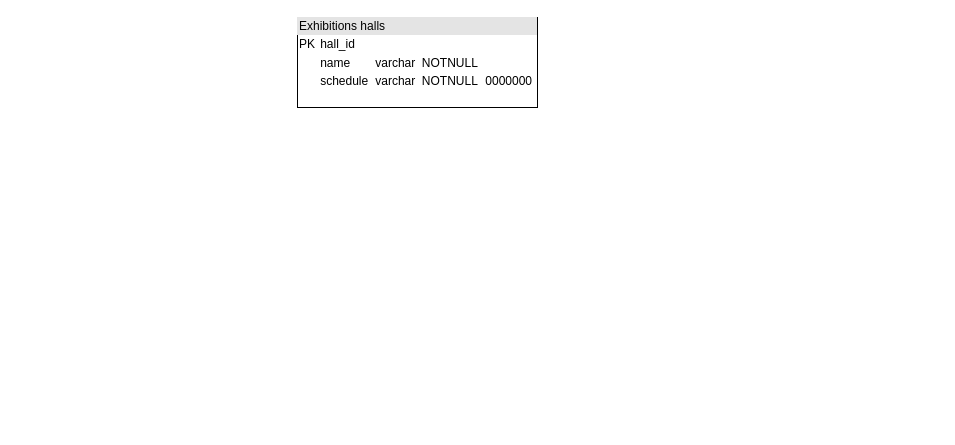
Above: Art_museum_Morozova_Kakoulina_Vokina.drawio in polyymorr/art-museum (draw.io), before the change. Source tidied: cells renumbered, new cells numbered last; positions are measured from the earlier drawing's top-left corner, leaving out a move shared by most shapes. Both pictures are drawn from the tidied source at 100%, with x=0, y=0 at pixel (297, 17).
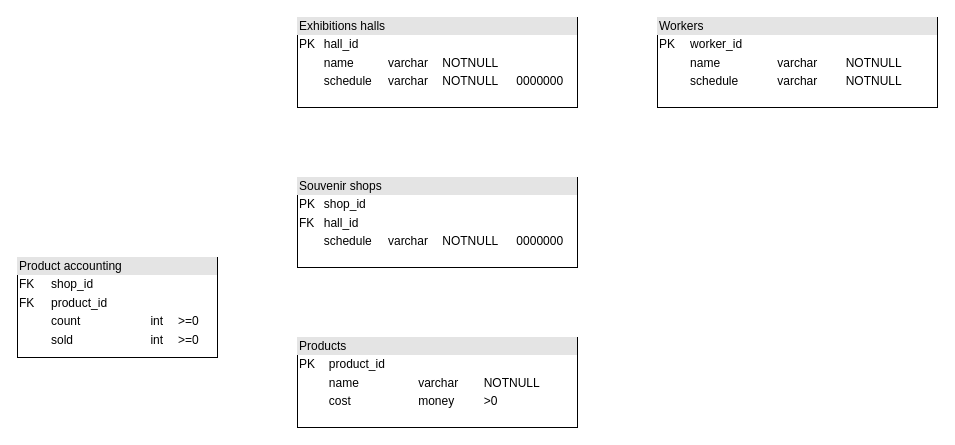
The same page after the edit.

The edit, as a diff of the source:
```diff
@@
 <mxGraphModel>
   <root>
     <mxCell id="0" />
     <mxCell id="1" parent="0" />
     <mxCell id="2" value="&lt;div style=&quot;box-sizing: border-box ; width: 100% ; background: #e4e4e4 ; padding: 2px&quot;&gt;Exhibitions halls&lt;/div&gt;&lt;table style=&quot;width: 100% ; font-size: 1em&quot; cellpadding=&quot;2&quot; cellspacing=&quot;0&quot;&gt;&lt;tbody&gt;&lt;tr&gt;&lt;td&gt;PK&lt;/td&gt;&lt;td&gt;hall_id&lt;br&gt;&lt;/td&gt;&lt;td&gt;&lt;br&gt;&lt;/td&gt;&lt;td&gt;&lt;br&gt;&lt;/td&gt;&lt;td&gt;&lt;br&gt;&lt;/td&gt;&lt;/tr&gt;&lt;tr&gt;&lt;td&gt;&lt;br&gt;&lt;/td&gt;&lt;td&gt;name&lt;/td&gt;&lt;td&gt;varchar&lt;/td&gt;&lt;td&gt;NOTNULL&lt;/td&gt;&lt;td&gt;&lt;br&gt;&lt;/td&gt;&lt;/tr&gt;&lt;tr&gt;&lt;td&gt;&lt;br&gt;&lt;/td&gt;&lt;td&gt;schedule&lt;/td&gt;&lt;td&gt;varchar&lt;/td&gt;&lt;td&gt;NOTNULL&lt;/td&gt;&lt;td&gt;0000000&lt;/td&gt;&lt;/tr&gt;&lt;/tbody&gt;&lt;/table&gt;" style="verticalAlign=top;align=left;overflow=fill;html=1;" parent="1" vertex="1">
-      <mxGeometry width="240" height="90" as="geometry" />
+      <mxGeometry width="280" height="90" as="geometry" />
     </mxCell>
+    <mxCell id="3" value="&lt;div style=&quot;box-sizing: border-box ; width: 100% ; background: #e4e4e4 ; padding: 2px&quot;&gt;Souvenir shops&lt;/div&gt;&lt;table style=&quot;width: 100% ; font-size: 1em&quot; cellpadding=&quot;2&quot; cellspacing=&quot;0&quot;&gt;&lt;tbody&gt;&lt;tr&gt;&lt;td&gt;PK&lt;/td&gt;&lt;td&gt;shop_id&lt;br&gt;&lt;/td&gt;&lt;td&gt;&lt;br&gt;&lt;/td&gt;&lt;td&gt;&lt;br&gt;&lt;/td&gt;&lt;td&gt;&lt;br&gt;&lt;/td&gt;&lt;/tr&gt;&lt;tr&gt;&lt;td&gt;FK&lt;/td&gt;&lt;td&gt;hall_id&lt;br&gt;&lt;/td&gt;&lt;td&gt;&lt;/td&gt;&lt;td&gt;&lt;/td&gt;&lt;td&gt;&lt;/td&gt;&lt;/tr&gt;&lt;tr&gt;&lt;td&gt;&lt;br&gt;&lt;/td&gt;&lt;td&gt;schedule&lt;/td&gt;&lt;td&gt;varchar&lt;/td&gt;&lt;td&gt;NOTNULL&lt;/td&gt;&lt;td&gt;0000000&lt;/td&gt;&lt;/tr&gt;&lt;/tbody&gt;&lt;/table&gt;" style="verticalAlign=top;align=left;overflow=fill;html=1;" parent="1" vertex="1">
+      <mxGeometry y="160" width="280" height="90" as="geometry" />
+    </mxCell>
+    <mxCell id="4" value="&lt;div style=&quot;box-sizing: border-box ; width: 100% ; background: #e4e4e4 ; padding: 2px&quot;&gt;Products&lt;/div&gt;&lt;table style=&quot;width: 100% ; font-size: 1em&quot; cellpadding=&quot;2&quot; cellspacing=&quot;0&quot;&gt;&lt;tbody&gt;&lt;tr&gt;&lt;td&gt;PK&lt;/td&gt;&lt;td&gt;product_id&lt;br&gt;&lt;/td&gt;&lt;td&gt;&lt;br&gt;&lt;/td&gt;&lt;td&gt;&lt;br&gt;&lt;/td&gt;&lt;td&gt;&lt;br&gt;&lt;/td&gt;&lt;/tr&gt;&lt;tr&gt;&lt;td&gt;&lt;br&gt;&lt;/td&gt;&lt;td&gt;name&lt;/td&gt;&lt;td&gt;varchar&lt;/td&gt;&lt;td&gt;NOTNULL&lt;/td&gt;&lt;td&gt;&lt;/td&gt;&lt;/tr&gt;&lt;tr&gt;&lt;td&gt;&lt;br&gt;&lt;/td&gt;&lt;td&gt;cost&lt;/td&gt;&lt;td&gt;money&lt;/td&gt;&lt;td&gt;&amp;gt;0&lt;/td&gt;&lt;td&gt;&lt;br&gt;&lt;/td&gt;&lt;/tr&gt;&lt;/tbody&gt;&lt;/table&gt;" style="verticalAlign=top;align=left;overflow=fill;html=1;" parent="1" vertex="1">
+      <mxGeometry y="320" width="280" height="90" as="geometry" />
+    </mxCell>
+    <mxCell id="5" value="&lt;div style=&quot;box-sizing: border-box ; width: 100% ; background: rgb(228 , 228 , 228) ; padding: 2px&quot;&gt;Product accounting&lt;/div&gt;&lt;table style=&quot;width: 100% ; font-size: 1em&quot; cellpadding=&quot;2&quot; cellspacing=&quot;0&quot;&gt;&lt;tbody&gt;&lt;tr&gt;&lt;td&gt;FK&lt;/td&gt;&lt;td&gt;shop_id&lt;br&gt;&lt;/td&gt;&lt;td&gt;&lt;br&gt;&lt;/td&gt;&lt;td&gt;&lt;br&gt;&lt;/td&gt;&lt;/tr&gt;&lt;tr&gt;&lt;td&gt;FK&lt;/td&gt;&lt;td&gt;product_id&lt;/td&gt;&lt;td&gt;&lt;/td&gt;&lt;td&gt;&lt;br&gt;&lt;/td&gt;&lt;/tr&gt;&lt;tr&gt;&lt;td&gt;&lt;br&gt;&lt;/td&gt;&lt;td&gt;count&lt;/td&gt;&lt;td&gt;int&lt;/td&gt;&lt;td&gt;&amp;gt;=0&lt;/td&gt;&lt;/tr&gt;&lt;tr&gt;&lt;td&gt;&lt;br&gt;&lt;/td&gt;&lt;td&gt;sold&lt;/td&gt;&lt;td&gt;int&lt;/td&gt;&lt;td&gt;&amp;gt;=0&lt;/td&gt;&lt;/tr&gt;&lt;/tbody&gt;&lt;/table&gt;" style="verticalAlign=top;align=left;overflow=fill;html=1;" parent="1" vertex="1">
+      <mxGeometry x="-280" y="240" width="200" height="100" as="geometry" />
+    </mxCell>
+    <mxCell id="6" value="&lt;div style=&quot;box-sizing: border-box ; width: 100% ; background: #e4e4e4 ; padding: 2px&quot;&gt;Workers&lt;/div&gt;&lt;table style=&quot;width: 100% ; font-size: 1em&quot; cellpadding=&quot;2&quot; cellspacing=&quot;0&quot;&gt;&lt;tbody&gt;&lt;tr&gt;&lt;td&gt;PK&lt;/td&gt;&lt;td&gt;worker_id&lt;br&gt;&lt;/td&gt;&lt;td&gt;&lt;br&gt;&lt;/td&gt;&lt;td&gt;&lt;br&gt;&lt;/td&gt;&lt;/tr&gt;&lt;tr&gt;&lt;td&gt;&lt;br&gt;&lt;/td&gt;&lt;td&gt;name&lt;/td&gt;&lt;td&gt;varchar&lt;/td&gt;&lt;td&gt;NOTNULL&lt;/td&gt;&lt;/tr&gt;&lt;tr&gt;&lt;td&gt;&lt;br&gt;&lt;/td&gt;&lt;td&gt;schedule&lt;/td&gt;&lt;td&gt;varchar&lt;/td&gt;&lt;td&gt;NOTNULL&lt;/td&gt;&lt;/tr&gt;&lt;/tbody&gt;&lt;/table&gt;" style="verticalAlign=top;align=left;overflow=fill;html=1;" parent="1" vertex="1">
+      <mxGeometry x="360" width="280" height="90" as="geometry" />
+    </mxCell>
   </root>
 </mxGraphModel>
```
